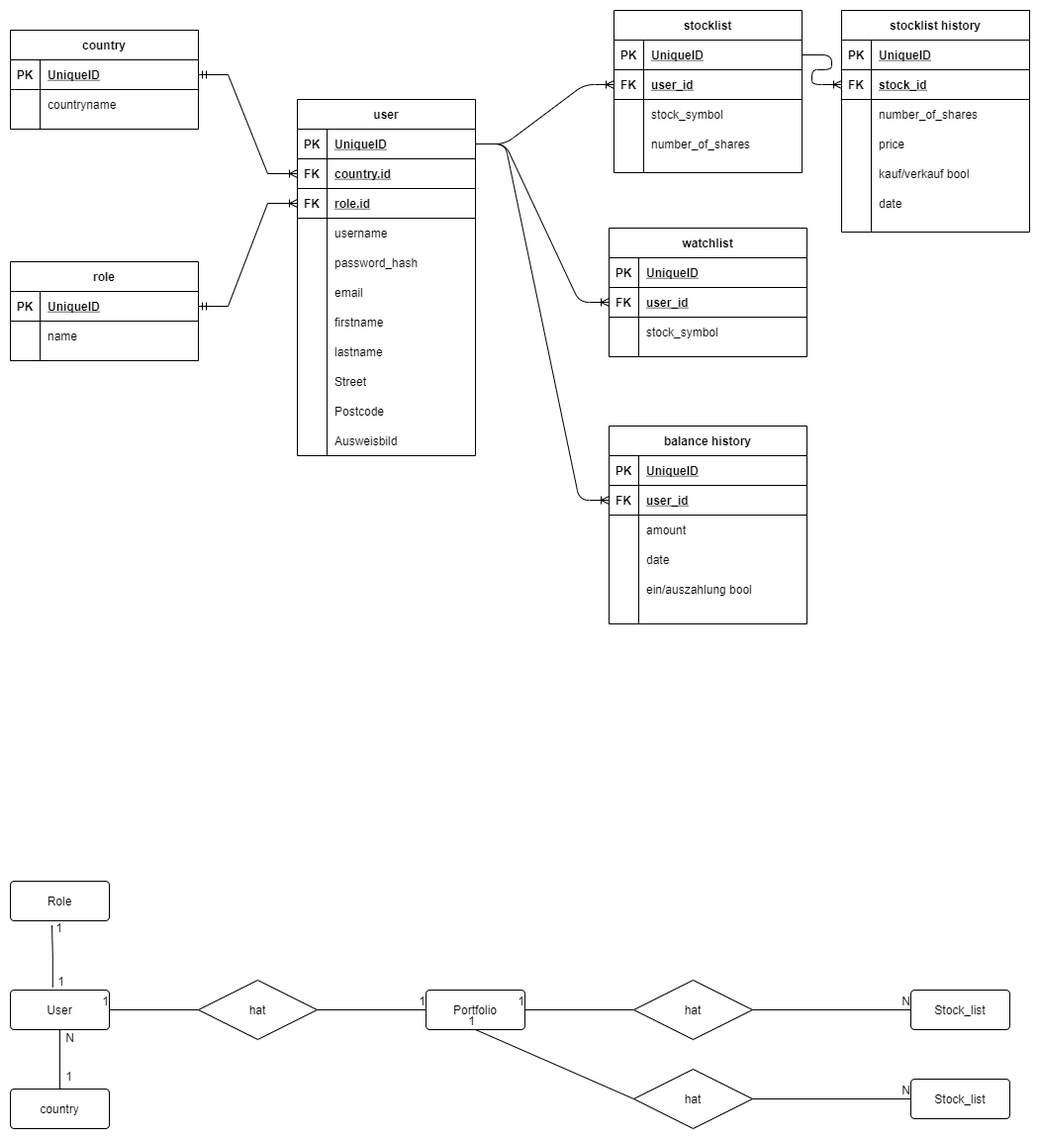
wensquared/wififinance keeps this draw.io diagram as misc/database_blueprint_.png. Above is the earlier version. Source tidied: cells renumbered, new cells last; positions are measured from the earlier drawing's top-left corner, leaving out a move shared by most shapes.
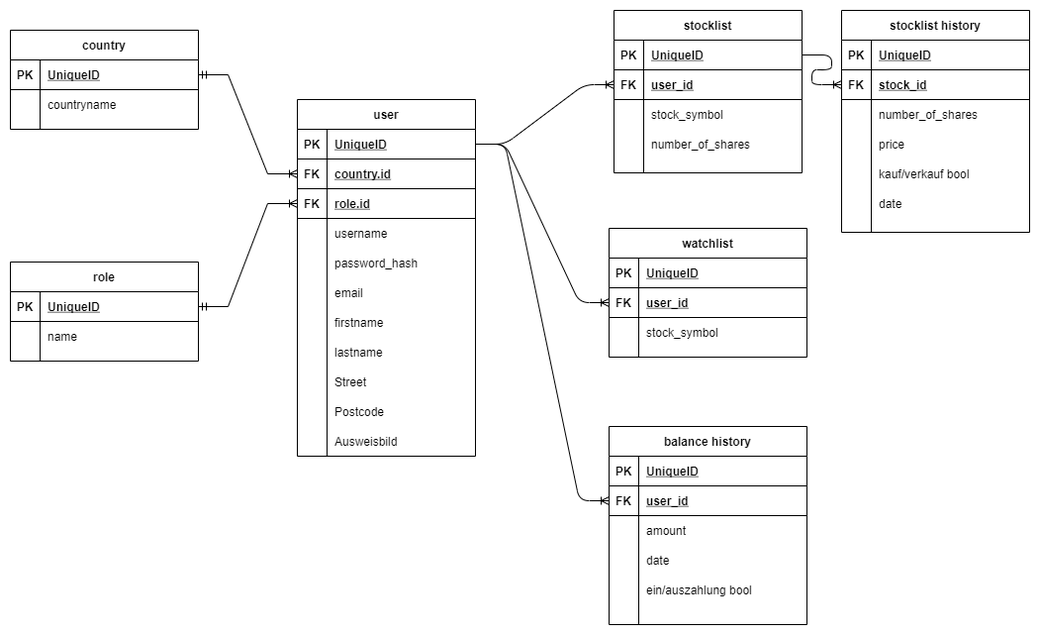
After the change.

Change to the diagram source:
```diff
@@ -143,50 +143,9 @@
     <mxCell id="48" value="number_of_shares" style="shape=partialRectangle;fillColor=none;top=0;left=0;bottom=0;right=0;align=left;spacingLeft=6;overflow=hidden;" parent="46" vertex="1">
       <mxGeometry x="30" width="160" height="30" as="geometry" />
     </mxCell>
-    <mxCell id="49" value="User" style="rounded=1;arcSize=10;whiteSpace=wrap;html=1;align=center;" parent="1" vertex="1">
-      <mxGeometry y="990" width="100" height="40" as="geometry" />
-    </mxCell>
-    <mxCell id="50" value="Portfolio" style="rounded=1;arcSize=10;whiteSpace=wrap;html=1;align=center;" parent="1" vertex="1">
-      <mxGeometry x="420" y="990" width="100" height="40" as="geometry" />
-    </mxCell>
-    <mxCell id="51" value="Stock_list" style="rounded=1;arcSize=10;whiteSpace=wrap;html=1;align=center;" parent="1" vertex="1">
-      <mxGeometry x="910" y="990" width="100" height="40" as="geometry" />
-    </mxCell>
-    <mxCell id="52" value="hat" style="shape=rhombus;perimeter=rhombusPerimeter;whiteSpace=wrap;html=1;align=center;" parent="1" vertex="1">
-      <mxGeometry x="190" y="980" width="120" height="60" as="geometry" />
-    </mxCell>
-    <mxCell id="53" value="hat" style="shape=rhombus;perimeter=rhombusPerimeter;whiteSpace=wrap;html=1;align=center;" parent="1" vertex="1">
-      <mxGeometry x="630" y="980" width="120" height="60" as="geometry" />
-    </mxCell>
-    <mxCell id="54" style="endArrow=none;html=1;rounded=0;entryX=0;entryY=0.5;entryDx=0;entryDy=0;" parent="1" edge="1" target="50">
-      <mxGeometry relative="1" as="geometry">
-        <mxPoint x="310" y="1010" as="sourcePoint" />
-      </mxGeometry>
-    </mxCell>
-    <mxCell id="55" value="1" style="html=1;align=right;verticalAlign=bottom;" parent="54" vertex="1">
-      <mxGeometry x="1" relative="1" as="geometry" />
-    </mxCell>
-    <mxCell id="56" style="endArrow=none;html=1;rounded=0;entryX=1;entryY=0.5;entryDx=0;entryDy=0;exitX=0;exitY=0.5;exitDx=0;exitDy=0;" parent="1" edge="1" source="52" target="49">
-      <mxGeometry relative="1" as="geometry" />
-    </mxCell>
-    <mxCell id="57" value="1" style="html=1;align=right;verticalAlign=bottom;" parent="56" vertex="1">
-      <mxGeometry x="1" relative="1" as="geometry" />
-    </mxCell>
     <mxCell id="58" style="edgeStyle=entityRelationEdgeStyle;fontSize=12;html=1;endArrow=ERoneToMany;exitX=1;exitY=0.5;exitDx=0;exitDy=0;entryX=0;entryY=0.5;entryDx=0;entryDy=0;" parent="1" edge="1" source="3" target="40">
       <mxGeometry relative="1" as="geometry" />
     </mxCell>
-    <mxCell id="59" style="endArrow=none;html=1;rounded=0;entryX=1;entryY=0.5;entryDx=0;entryDy=0;exitX=0;exitY=0.5;exitDx=0;exitDy=0;" parent="1" edge="1" source="53" target="50">
-      <mxGeometry relative="1" as="geometry" />
-    </mxCell>
-    <mxCell id="60" value="1" style="html=1;align=right;verticalAlign=bottom;" parent="59" vertex="1">
-      <mxGeometry x="1" relative="1" as="geometry" />
-    </mxCell>
-    <mxCell id="61" style="endArrow=none;html=1;rounded=0;exitX=1;exitY=0.5;exitDx=0;exitDy=0;entryX=0;entryY=0.5;entryDx=0;entryDy=0;" parent="1" edge="1" source="53" target="51">
-      <mxGeometry relative="1" as="geometry" />
-    </mxCell>
-    <mxCell id="62" value="N" style="html=1;align=right;verticalAlign=bottom;" parent="61" vertex="1">
-      <mxGeometry x="1" relative="1" as="geometry" />
-    </mxCell>
     <mxCell id="63" value="watchlist" style="shape=table;startSize=30;rowLines=0;fontStyle=1;align=center;" parent="1" vertex="1">
       <mxGeometry x="605" y="220" width="200" height="130" as="geometry" />
     </mxCell>
@@ -241,12 +200,6 @@
     <mxCell id="80" value="name" style="shape=partialRectangle;fillColor=none;top=0;left=0;bottom=0;right=0;align=left;spacingLeft=6;overflow=hidden;" parent="78" vertex="1">
       <mxGeometry x="30" width="160" height="30" as="geometry" />
     </mxCell>
-    <mxCell id="81" value="Role" style="rounded=1;arcSize=10;whiteSpace=wrap;html=1;align=center;" parent="1" vertex="1">
-      <mxGeometry y="880" width="100" height="40" as="geometry" />
-    </mxCell>
-    <mxCell id="82" style="endArrow=none;html=1;rounded=0;edgeStyle=orthogonalEdgeStyle;exitX=0.428;exitY=-0.07;exitDx=0;exitDy=0;exitPerimeter=0;entryX=0.42;entryY=1.11;entryDx=0;entryDy=0;entryPerimeter=0;" parent="1" edge="1" source="49" target="81">
-      <mxGeometry relative="1" as="geometry" />
-    </mxCell>
     <mxCell id="83" value="country" style="shape=table;startSize=30;rowLines=0;fontStyle=1;align=center;" parent="1" vertex="1">
       <mxGeometry y="20" width="190" height="100" as="geometry" />
     </mxCell>
@@ -271,50 +224,6 @@
     <mxCell id="90" style="edgeStyle=entityRelationEdgeStyle;fontSize=12;html=1;endArrow=ERoneToMany;startArrow=ERmandOne;rounded=0;exitX=1;exitY=0.5;exitDx=0;exitDy=0;" parent="1" edge="1" source="84" target="6">
       <mxGeometry relative="1" as="geometry" />
     </mxCell>
-    <mxCell id="91" value="Stock_list" style="rounded=1;arcSize=10;whiteSpace=wrap;html=1;align=center;" parent="1" vertex="1">
-      <mxGeometry x="910" y="1080" width="100" height="40" as="geometry" />
-    </mxCell>
-    <mxCell id="92" value="hat" style="shape=rhombus;perimeter=rhombusPerimeter;whiteSpace=wrap;html=1;align=center;" parent="1" vertex="1">
-      <mxGeometry x="630" y="1070" width="120" height="60" as="geometry" />
-    </mxCell>
-    <mxCell id="93" style="endArrow=none;html=1;rounded=0;exitX=1;exitY=0.5;exitDx=0;exitDy=0;entryX=0;entryY=0.5;entryDx=0;entryDy=0;" parent="1" edge="1" source="92" target="91">
-      <mxGeometry relative="1" as="geometry" />
-    </mxCell>
-    <mxCell id="94" value="N" style="html=1;align=right;verticalAlign=bottom;" parent="93" vertex="1">
-      <mxGeometry x="1" relative="1" as="geometry" />
-    </mxCell>
-    <mxCell id="95" style="endArrow=none;html=1;rounded=0;entryX=0.5;entryY=1;entryDx=0;entryDy=0;exitX=0;exitY=0.5;exitDx=0;exitDy=0;" parent="1" edge="1" source="92" target="50">
-      <mxGeometry relative="1" as="geometry" />
-    </mxCell>
-    <mxCell id="96" value="1" style="html=1;align=right;verticalAlign=bottom;" parent="95" vertex="1">
-      <mxGeometry x="1" relative="1" as="geometry" />
-    </mxCell>
-    <mxCell id="97" value="country" style="rounded=1;arcSize=10;whiteSpace=wrap;html=1;align=center;" parent="1" vertex="1">
-      <mxGeometry y="1090" width="100" height="40" as="geometry" />
-    </mxCell>
-    <mxCell id="98" style="endArrow=none;html=1;rounded=0;entryX=0.5;entryY=1;entryDx=0;entryDy=0;exitX=0.5;exitY=0;exitDx=0;exitDy=0;" parent="1" edge="1" source="97" target="49">
-      <mxGeometry relative="1" as="geometry" />
-    </mxCell>
-    <mxCell id="99" value="1" style="html=1;align=right;verticalAlign=bottom;" parent="98" vertex="1">
-      <mxGeometry x="1" relative="1" as="geometry">
-        <mxPoint x="5" y="-40" as="offset" />
-      </mxGeometry>
-    </mxCell>
-    <mxCell id="100" value="1" style="html=1;align=right;verticalAlign=bottom;" parent="1" vertex="1">
-      <mxGeometry x="40" y="990" as="geometry">
-        <mxPoint x="13" y="-54" as="offset" />
-      </mxGeometry>
-    </mxCell>
-    <mxCell id="101" value="1" style="html=1;align=right;verticalAlign=bottom;" parent="1" vertex="1">
-      <mxGeometry x="70" y="1050" as="geometry">
-        <mxPoint x="-7" y="36" as="offset" />
-      </mxGeometry>
-    </mxCell>
-    <mxCell id="102" value="N" style="html=1;align=right;verticalAlign=bottom;" parent="1" vertex="1">
-      <mxGeometry x="920" y="1020" as="geometry">
-        <mxPoint x="-855" y="27" as="offset" />
-      </mxGeometry>
-    </mxCell>
     <mxCell id="103" value="balance history" style="shape=table;startSize=30;rowLines=0;fontStyle=1;align=center;" parent="1" vertex="1">
       <mxGeometry x="605" y="420" width="200" height="200" as="geometry" />
     </mxCell>
```
